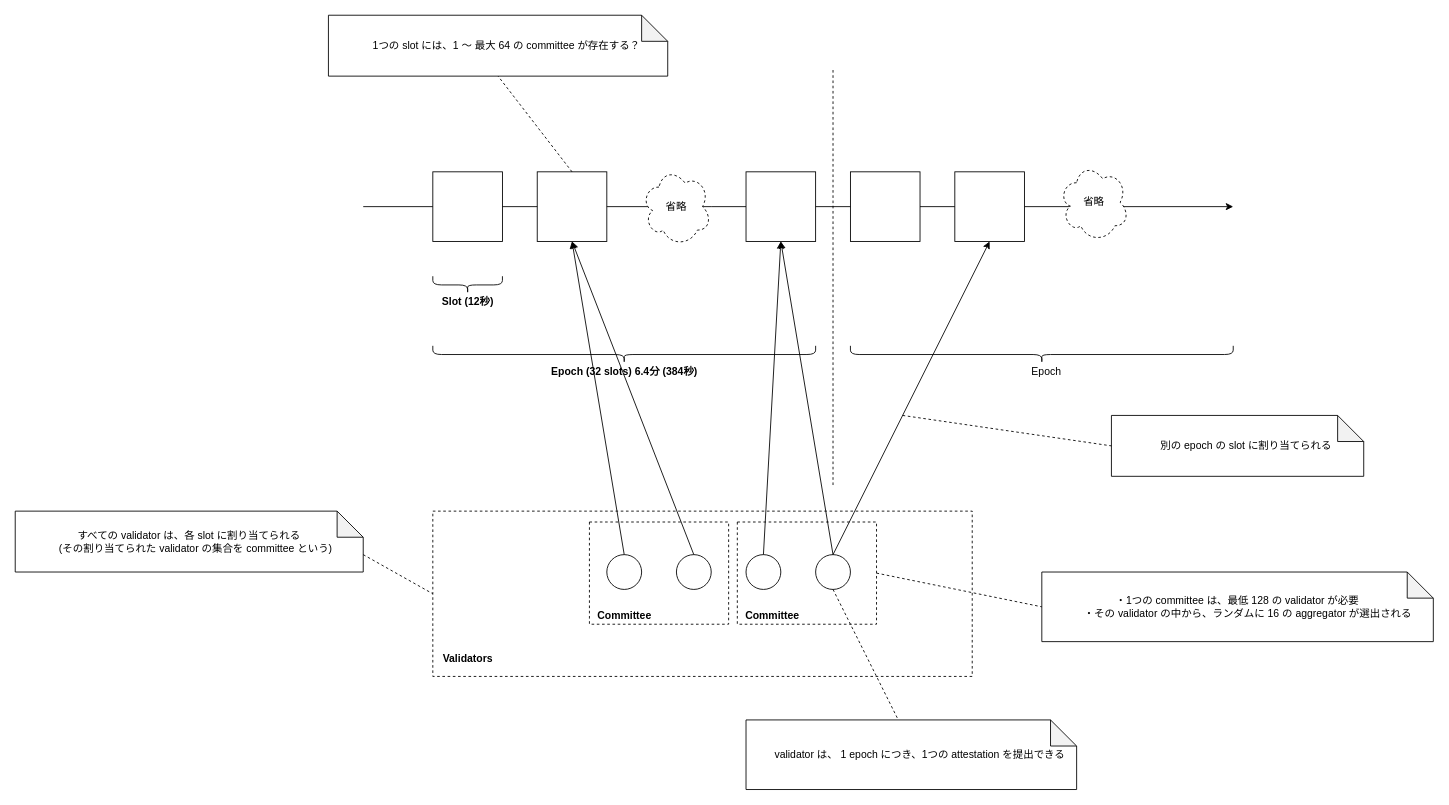
The draw.io diagram consensus-layer/validator_committee.drawio in ackintosh/sandbox, before the edit. Source tidied: cells renumbered, new cells numbered last; positions are measured from the earlier drawing's top-left corner, leaving out a move shared by most shapes. Both pictures are drawn from the tidied source at 87%, with x=0, y=0 at pixel (15, 15).
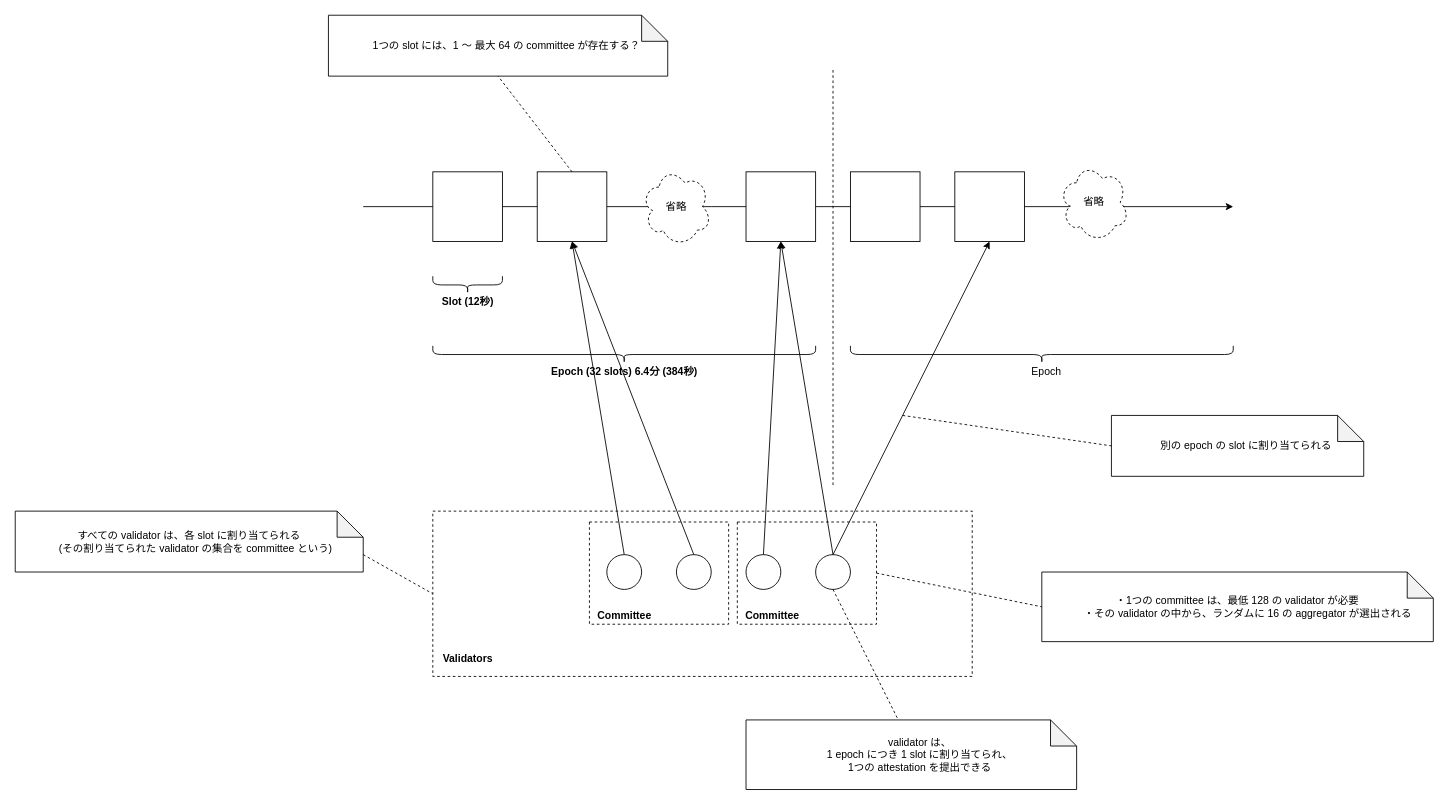
The same diagram, later.

Change to the diagram source:
```diff
@@
-    <mxCell id="42" value="&lt;span style=&quot;text-align: left&quot;&gt;validator は、 1 epoch につき、1つの attestation を提出できる&lt;/span&gt;" style="shape=note;whiteSpace=wrap;html=1;backgroundOutline=1;darkOpacity=0.05;align=center;spacingLeft=20;" parent="1" vertex="1">
+    <mxCell id="42" value="&lt;span style=&quot;text-align: left&quot;&gt;validator は、&lt;br&gt;1 epoch につき 1 slot に割り当てられ、&lt;br&gt;1つの attestation を提出できる&lt;/span&gt;" style="shape=note;whiteSpace=wrap;html=1;backgroundOutline=1;darkOpacity=0.05;align=center;spacingLeft=20;" parent="1" vertex="1">
       <mxGeometry x="840" y="810" width="380" height="80" as="geometry" />
     </mxCell>
```
